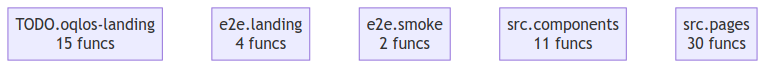
oqlos/www keeps this Mermaid diagram as project/compact_flow.png. Above is the earlier version. Its source is kept beside it as project/compact_flow.mmd.
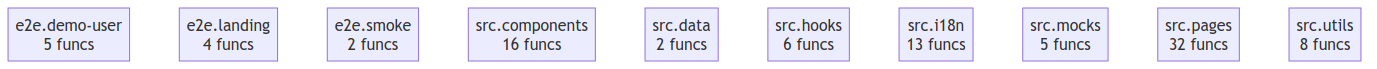
The same file after the commit.

Diff of the diagram source:
```diff
@@ -1,6 +1,11 @@
 flowchart TD
-    TODO__oqlos_landing["TODO.oqlos-landing<br/>15 funcs"]
+    e2e__demo_user["e2e.demo-user<br/>5 funcs"]
     e2e__landing["e2e.landing<br/>4 funcs"]
     e2e__smoke["e2e.smoke<br/>2 funcs"]
-    src__components["src.components<br/>11 funcs"]
-    src__pages["src.pages<br/>30 funcs"]
+    src__components["src.components<br/>16 funcs"]
+    src__data["src.data<br/>2 funcs"]
+    src__hooks["src.hooks<br/>6 funcs"]
+    src__i18n["src.i18n<br/>13 funcs"]
+    src__mocks["src.mocks<br/>5 funcs"]
+    src__pages["src.pages<br/>32 funcs"]
+    src__utils["src.utils<br/>8 funcs"]
```
